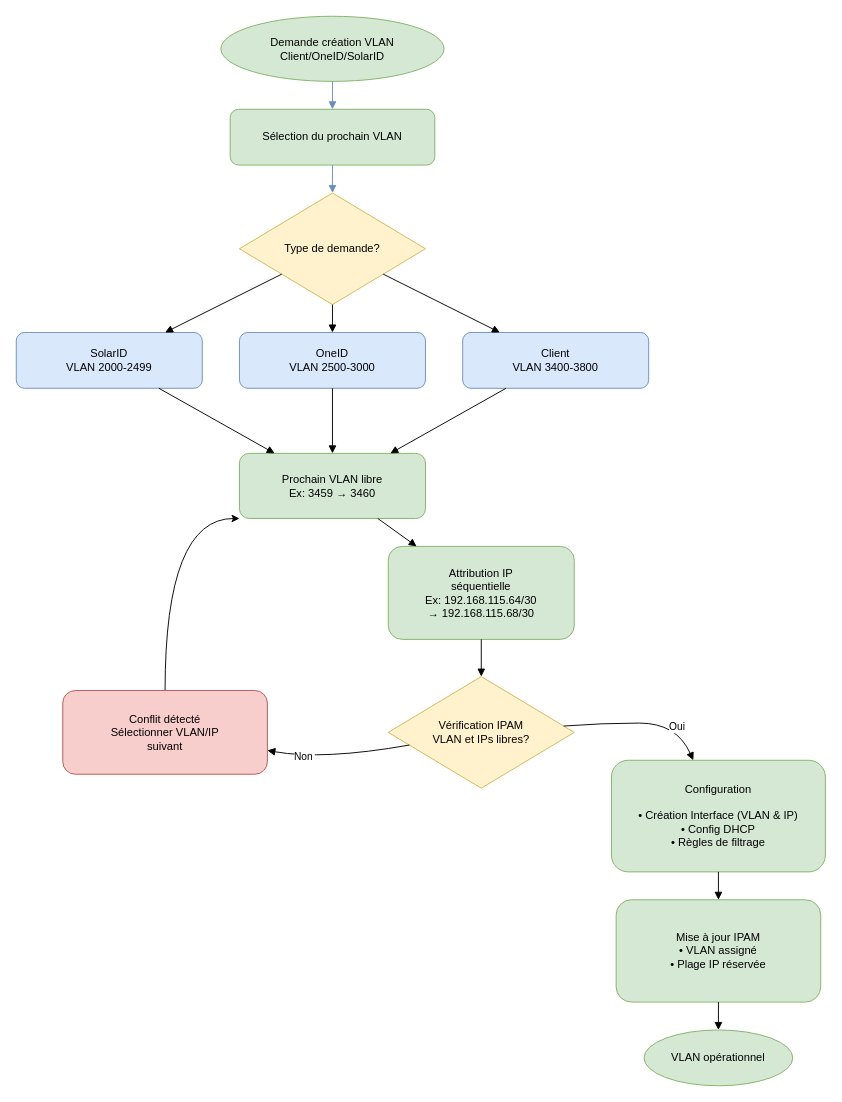
This is Diagrammes_création_vlan.drawio from titiuv24/diagrammes, a draw.io file, before an edit. Source tidied: cells renumbered, new cells numbered last; positions are measured from the earlier drawing's top-left corner, leaving out a move shared by most shapes. Both pictures are drawn from the tidied source at 93%, with x=0, y=0 at pixel (16, 16).
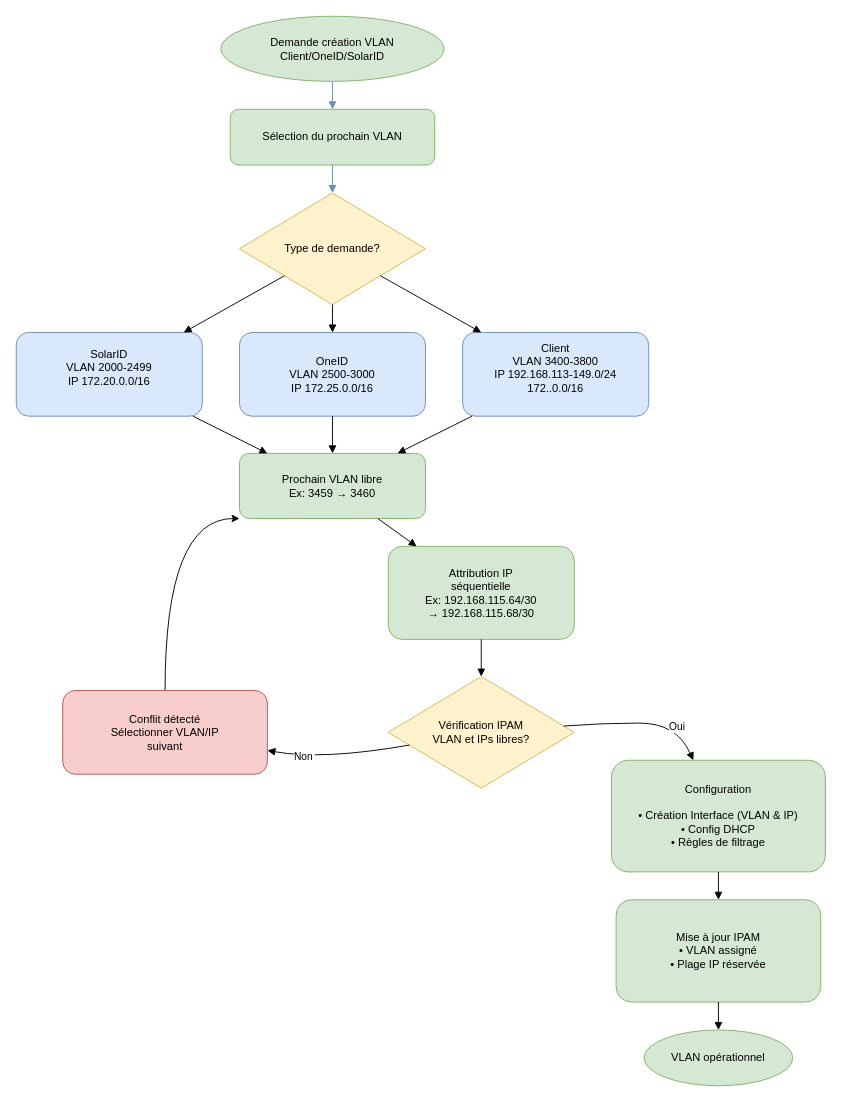
After the change.

Commit message:
Mettre à jour Diagrammes_création_vlan.drawio

What changed in the source:
```diff
@@
-    <mxCell id="7" value="SolarID&#10;VLAN 2000-2499" style="rounded=1;whiteSpace=wrap;html=1;fillColor=#dae8fc;strokeColor=#6c8ebf;" parent="1" vertex="1">
-      <mxGeometry y="340" width="200" height="60" as="geometry" />
+    <mxCell id="7" value="SolarID&lt;br&gt;&lt;div&gt;VLAN 2000-2499&lt;/div&gt;IP 172.20.0.0/16&lt;div&gt;&lt;br/&gt;&lt;/div&gt;" style="rounded=1;whiteSpace=wrap;html=1;fillColor=#dae8fc;strokeColor=#6c8ebf;" parent="1" vertex="1">
+      <mxGeometry y="340" width="200" height="90" as="geometry" />
     </mxCell>
-    <mxCell id="8" value="OneID&#10;VLAN 2500-3000" style="rounded=1;whiteSpace=wrap;html=1;fillColor=#dae8fc;strokeColor=#6c8ebf;" parent="1" vertex="1">
-      <mxGeometry x="240" y="340" width="200" height="60" as="geometry" />
+    <mxCell id="8" value="OneID&lt;br&gt;&lt;div&gt;VLAN 2500-3000&lt;/div&gt;&lt;div&gt;IP&amp;nbsp;172.25.0.0/16&lt;br/&gt;&lt;/div&gt;" style="rounded=1;whiteSpace=wrap;html=1;fillColor=#dae8fc;strokeColor=#6c8ebf;" parent="1" vertex="1">
+      <mxGeometry x="240" y="340" width="200" height="90" as="geometry" />
     </mxCell>
-    <mxCell id="9" value="Client&#10;VLAN 3400-3800" style="rounded=1;whiteSpace=wrap;html=1;fillColor=#dae8fc;strokeColor=#6c8ebf;" parent="1" vertex="1">
-      <mxGeometry x="480" y="340" width="200" height="60" as="geometry" />
+    <mxCell id="9" value="Client&lt;br&gt;&lt;div&gt;VLAN 3400-3800&lt;/div&gt;&lt;div&gt;IP 192.168.113-149.0/24&lt;/div&gt;172..0.0/16&lt;div&gt;&lt;br/&gt;&lt;/div&gt;" style="rounded=1;whiteSpace=wrap;html=1;fillColor=#dae8fc;strokeColor=#6c8ebf;" parent="1" vertex="1">
+      <mxGeometry x="480" y="340" width="200" height="90" as="geometry" />
     </mxCell>
```
